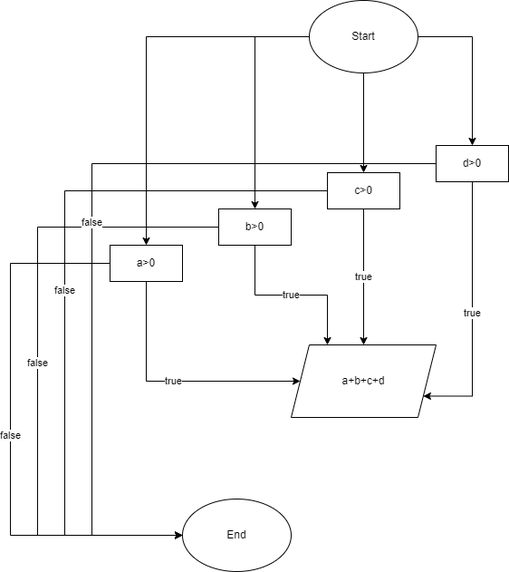
Before: Verilmiş 4 ədəddən müsbət olanlarının cəmini tapan alqoritm.drawio.png, a diagram exported from draw.io (JAvid135/Algorithm). Source tidied: cells renumbered, new cells last; positions are measured from the earlier drawing's top-left corner, leaving out a move shared by most shapes. Its diagram source:
```xml
<mxGraphModel>
  <root>
    <mxCell id="0" />
    <mxCell id="1" parent="0" />
    <mxCell id="2" style="edgeStyle=orthogonalEdgeStyle;rounded=0;jettySize=auto;html=1;entryX=0.5;entryY=0;entryDx=0;entryDy=0;" parent="1" edge="1" source="6" target="9">
      <mxGeometry relative="1" as="geometry" />
    </mxCell>
    <mxCell id="3" style="edgeStyle=orthogonalEdgeStyle;rounded=0;jettySize=auto;html=1;entryX=0.5;entryY=0;entryDx=0;entryDy=0;" parent="1" edge="1" source="6" target="12">
      <mxGeometry relative="1" as="geometry" />
    </mxCell>
    <mxCell id="4" style="edgeStyle=orthogonalEdgeStyle;rounded=0;jettySize=auto;html=1;entryX=0.5;entryY=0;entryDx=0;entryDy=0;" parent="1" edge="1" source="6" target="15">
      <mxGeometry relative="1" as="geometry" />
    </mxCell>
    <mxCell id="5" style="edgeStyle=orthogonalEdgeStyle;rounded=0;jettySize=auto;html=1;entryX=0.5;entryY=0;entryDx=0;entryDy=0;" parent="1" edge="1" source="6" target="18">
      <mxGeometry relative="1" as="geometry" />
    </mxCell>
    <mxCell id="6" value="Start" style="ellipse;whiteSpace=wrap;html=1;" parent="1" vertex="1">
      <mxGeometry x="330" width="120" height="80" as="geometry" />
    </mxCell>
    <mxCell id="7" value="false" style="edgeStyle=orthogonalEdgeStyle;rounded=0;jettySize=auto;html=1;entryX=0;entryY=0.5;entryDx=0;entryDy=0;" parent="1" edge="1" source="9" target="19">
      <mxGeometry relative="1" as="geometry">
        <Array as="points">
          <mxPoint y="290" />
          <mxPoint y="590" />
        </Array>
      </mxGeometry>
    </mxCell>
    <mxCell id="8" value="true" style="edgeStyle=orthogonalEdgeStyle;rounded=0;jettySize=auto;html=1;entryX=0;entryY=0.5;entryDx=0;entryDy=0;" parent="1" edge="1" source="9" target="20">
      <mxGeometry relative="1" as="geometry">
        <Array as="points">
          <mxPoint x="150" y="420" />
        </Array>
      </mxGeometry>
    </mxCell>
    <mxCell id="9" value="a&amp;gt;0" style="rounded=0;whiteSpace=wrap;html=1;" parent="1" vertex="1">
      <mxGeometry x="110" y="270" width="80" height="40" as="geometry" />
    </mxCell>
    <mxCell id="10" value="false" style="edgeStyle=orthogonalEdgeStyle;rounded=0;jettySize=auto;html=1;entryX=0;entryY=0.5;entryDx=0;entryDy=0;" parent="1" edge="1" source="12" target="19">
      <mxGeometry relative="1" as="geometry">
        <Array as="points">
          <mxPoint x="30" y="250" />
          <mxPoint x="30" y="590" />
        </Array>
      </mxGeometry>
    </mxCell>
    <mxCell id="11" value="true" style="edgeStyle=orthogonalEdgeStyle;rounded=0;jettySize=auto;html=1;entryX=0.25;entryY=0;entryDx=0;entryDy=0;" parent="1" edge="1" source="12" target="20">
      <mxGeometry relative="1" as="geometry" />
    </mxCell>
    <mxCell id="12" value="b&amp;gt;0" style="rounded=0;whiteSpace=wrap;html=1;" parent="1" vertex="1">
      <mxGeometry x="230" y="230" width="80" height="40" as="geometry" />
    </mxCell>
    <mxCell id="13" value="false" style="edgeStyle=orthogonalEdgeStyle;rounded=0;jettySize=auto;html=1;entryX=0;entryY=0.5;entryDx=0;entryDy=0;" parent="1" edge="1" source="15" target="19">
      <mxGeometry relative="1" as="geometry">
        <Array as="points">
          <mxPoint x="60" y="210" />
          <mxPoint x="60" y="590" />
        </Array>
      </mxGeometry>
    </mxCell>
    <mxCell id="14" value="true" style="edgeStyle=orthogonalEdgeStyle;rounded=0;jettySize=auto;html=1;" parent="1" edge="1" source="15" target="20">
      <mxGeometry relative="1" as="geometry" />
    </mxCell>
    <mxCell id="15" value="c&amp;gt;0" style="rounded=0;whiteSpace=wrap;html=1;" parent="1" vertex="1">
      <mxGeometry x="350" y="190" width="80" height="40" as="geometry" />
    </mxCell>
    <mxCell id="16" value="false" style="edgeStyle=orthogonalEdgeStyle;rounded=0;jettySize=auto;html=1;entryX=0;entryY=0.5;entryDx=0;entryDy=0;" parent="1" edge="1" source="18" target="19">
      <mxGeometry relative="1" as="geometry">
        <Array as="points">
          <mxPoint x="90" y="180" />
          <mxPoint x="90" y="590" />
        </Array>
      </mxGeometry>
    </mxCell>
    <mxCell id="17" value="true" style="edgeStyle=orthogonalEdgeStyle;rounded=0;jettySize=auto;html=1;entryX=1;entryY=0.75;entryDx=0;entryDy=0;" parent="1" edge="1" source="18" target="20">
      <mxGeometry relative="1" as="geometry">
        <Array as="points">
          <mxPoint x="510" y="437" />
        </Array>
      </mxGeometry>
    </mxCell>
    <mxCell id="18" value="d&amp;gt;0" style="rounded=0;whiteSpace=wrap;html=1;" parent="1" vertex="1">
      <mxGeometry x="470" y="160" width="80" height="40" as="geometry" />
    </mxCell>
    <mxCell id="19" value="End" style="ellipse;whiteSpace=wrap;html=1;" parent="1" vertex="1">
      <mxGeometry x="190" y="550" width="120" height="80" as="geometry" />
    </mxCell>
    <mxCell id="20" value="a+b+c+d" style="shape=parallelogram;perimeter=parallelogramPerimeter;whiteSpace=wrap;html=1;fixedSize=1;" parent="1" vertex="1">
      <mxGeometry x="310" y="380" width="160" height="80" as="geometry" />
    </mxCell>
  </root>
</mxGraphModel>
```
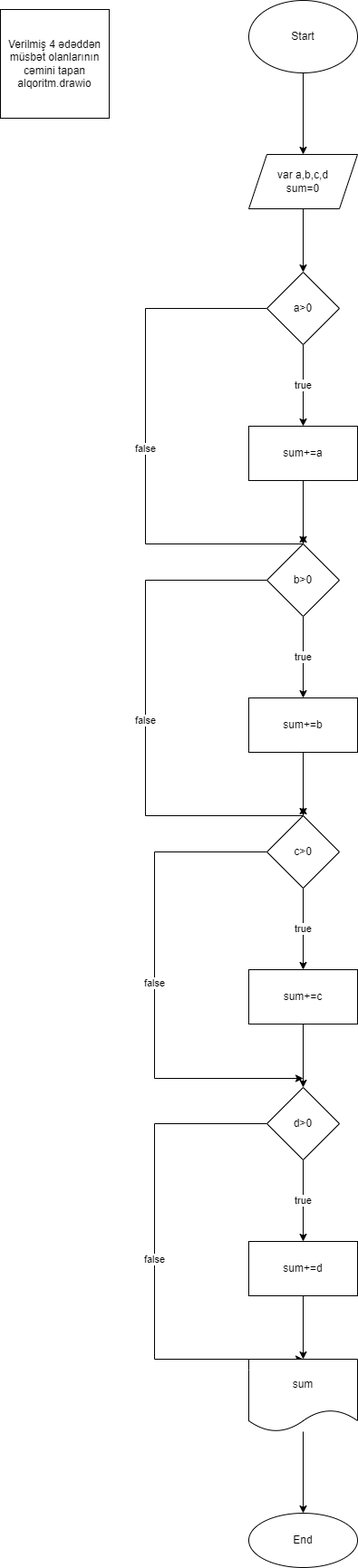
After the change.

The edit, as a diff of the source:
```diff
@@ -2,90 +2,114 @@
   <root>
     <mxCell id="0" />
     <mxCell id="1" parent="0" />
-    <mxCell id="2" style="edgeStyle=orthogonalEdgeStyle;rounded=0;jettySize=auto;html=1;entryX=0.5;entryY=0;entryDx=0;entryDy=0;" parent="1" edge="1" source="6" target="9">
-      <mxGeometry relative="1" as="geometry" />
-    </mxCell>
-    <mxCell id="3" style="edgeStyle=orthogonalEdgeStyle;rounded=0;jettySize=auto;html=1;entryX=0.5;entryY=0;entryDx=0;entryDy=0;" parent="1" edge="1" source="6" target="12">
-      <mxGeometry relative="1" as="geometry" />
-    </mxCell>
-    <mxCell id="4" style="edgeStyle=orthogonalEdgeStyle;rounded=0;jettySize=auto;html=1;entryX=0.5;entryY=0;entryDx=0;entryDy=0;" parent="1" edge="1" source="6" target="15">
-      <mxGeometry relative="1" as="geometry" />
-    </mxCell>
-    <mxCell id="5" style="edgeStyle=orthogonalEdgeStyle;rounded=0;jettySize=auto;html=1;entryX=0.5;entryY=0;entryDx=0;entryDy=0;" parent="1" edge="1" source="6" target="18">
-      <mxGeometry relative="1" as="geometry" />
-    </mxCell>
+    <mxCell id="21" style="edgeStyle=orthogonalEdgeStyle;rounded=0;jettySize=auto;html=1;" parent="1" edge="1" source="6" target="23">
+      <mxGeometry relative="1" as="geometry" />
+    </mxCell>
     <mxCell id="6" value="Start" style="ellipse;whiteSpace=wrap;html=1;" parent="1" vertex="1">
-      <mxGeometry x="330" width="120" height="80" as="geometry" />
+      <mxGeometry x="304" y="40" width="120" height="80" as="geometry" />
     </mxCell>
-    <mxCell id="7" value="false" style="edgeStyle=orthogonalEdgeStyle;rounded=0;jettySize=auto;html=1;entryX=0;entryY=0.5;entryDx=0;entryDy=0;" parent="1" edge="1" source="9" target="19">
-      <mxGeometry relative="1" as="geometry">
-        <Array as="points">
-          <mxPoint y="290" />
-          <mxPoint y="590" />
-        </Array>
-      </mxGeometry>
-    </mxCell>
-    <mxCell id="8" value="true" style="edgeStyle=orthogonalEdgeStyle;rounded=0;jettySize=auto;html=1;entryX=0;entryY=0.5;entryDx=0;entryDy=0;" parent="1" edge="1" source="9" target="20">
-      <mxGeometry relative="1" as="geometry">
-        <Array as="points">
-          <mxPoint x="150" y="420" />
-        </Array>
-      </mxGeometry>
-    </mxCell>
+    <mxCell id="22" style="edgeStyle=orthogonalEdgeStyle;rounded=0;jettySize=auto;html=1;" parent="1" edge="1" source="23" target="9">
+      <mxGeometry relative="1" as="geometry" />
+    </mxCell>
+    <mxCell id="23" value="var a,b,c,d&lt;br&gt;sum=0" style="shape=parallelogram;perimeter=parallelogramPerimeter;whiteSpace=wrap;html=1;fixedSize=1;" parent="1" vertex="1">
+      <mxGeometry x="304" y="210" width="120" height="60" as="geometry" />
+    </mxCell>
+    <mxCell id="24" value="true" style="edgeStyle=orthogonalEdgeStyle;rounded=0;jettySize=auto;html=1;" parent="1" edge="1" source="9" target="27">
+      <mxGeometry relative="1" as="geometry" />
+    </mxCell>
+    <mxCell id="25" value="false" style="edgeStyle=orthogonalEdgeStyle;rounded=0;jettySize=auto;html=1;" parent="1" edge="1" source="9">
+      <mxGeometry relative="1" as="geometry">
+        <mxPoint x="364" y="630" as="targetPoint" />
+        <Array as="points">
+          <mxPoint x="190" y="380" />
+          <mxPoint x="190" y="640" />
+          <mxPoint x="364" y="640" />
+        </Array>
+      </mxGeometry>
+    </mxCell>
-    <mxCell id="9" value="a&amp;gt;0" style="rounded=0;whiteSpace=wrap;html=1;" parent="1" vertex="1">
-      <mxGeometry x="110" y="270" width="80" height="40" as="geometry" />
+    <mxCell id="9" value="a&amp;gt;0" style="rhombus;whiteSpace=wrap;html=1;" parent="1" vertex="1">
+      <mxGeometry x="324" y="340" width="80" height="80" as="geometry" />
     </mxCell>
-    <mxCell id="10" value="false" style="edgeStyle=orthogonalEdgeStyle;rounded=0;jettySize=auto;html=1;entryX=0;entryY=0.5;entryDx=0;entryDy=0;" parent="1" edge="1" source="12" target="19">
-      <mxGeometry relative="1" as="geometry">
-        <Array as="points">
-          <mxPoint x="30" y="250" />
-          <mxPoint x="30" y="590" />
-        </Array>
-      </mxGeometry>
-    </mxCell>
-    <mxCell id="11" value="true" style="edgeStyle=orthogonalEdgeStyle;rounded=0;jettySize=auto;html=1;entryX=0.25;entryY=0;entryDx=0;entryDy=0;" parent="1" edge="1" source="12" target="20">
-      <mxGeometry relative="1" as="geometry" />
-    </mxCell>
+    <mxCell id="26" style="edgeStyle=orthogonalEdgeStyle;rounded=0;jettySize=auto;html=1;" parent="1" edge="1" source="27" target="12">
+      <mxGeometry relative="1" as="geometry" />
+    </mxCell>
+    <mxCell id="27" value="sum+=a" style="whiteSpace=wrap;html=1;" parent="1" vertex="1">
+      <mxGeometry x="304" y="510" width="120" height="60" as="geometry" />
+    </mxCell>
+    <mxCell id="28" value="true" style="edgeStyle=orthogonalEdgeStyle;rounded=0;jettySize=auto;html=1;" parent="1" edge="1" source="12" target="31">
+      <mxGeometry relative="1" as="geometry" />
+    </mxCell>
+    <mxCell id="29" value="false" style="edgeStyle=orthogonalEdgeStyle;rounded=0;jettySize=auto;html=1;" parent="1" edge="1" source="12">
+      <mxGeometry relative="1" as="geometry">
+        <mxPoint x="364" y="930" as="targetPoint" />
+        <Array as="points">
+          <mxPoint x="190" y="680" />
+          <mxPoint x="190" y="940" />
+          <mxPoint x="364" y="940" />
+        </Array>
+      </mxGeometry>
+    </mxCell>
-    <mxCell id="12" value="b&amp;gt;0" style="rounded=0;whiteSpace=wrap;html=1;" parent="1" vertex="1">
-      <mxGeometry x="230" y="230" width="80" height="40" as="geometry" />
+    <mxCell id="12" value="b&amp;gt;0" style="rhombus;whiteSpace=wrap;html=1;" parent="1" vertex="1">
+      <mxGeometry x="324" y="640" width="80" height="80" as="geometry" />
     </mxCell>
-    <mxCell id="13" value="false" style="edgeStyle=orthogonalEdgeStyle;rounded=0;jettySize=auto;html=1;entryX=0;entryY=0.5;entryDx=0;entryDy=0;" parent="1" edge="1" source="15" target="19">
-      <mxGeometry relative="1" as="geometry">
-        <Array as="points">
-          <mxPoint x="60" y="210" />
-          <mxPoint x="60" y="590" />
-        </Array>
-      </mxGeometry>
-    </mxCell>
-    <mxCell id="14" value="true" style="edgeStyle=orthogonalEdgeStyle;rounded=0;jettySize=auto;html=1;" parent="1" edge="1" source="15" target="20">
-      <mxGeometry relative="1" as="geometry" />
-    </mxCell>
+    <mxCell id="30" style="edgeStyle=orthogonalEdgeStyle;rounded=0;jettySize=auto;html=1;" parent="1" edge="1" source="31" target="15">
+      <mxGeometry relative="1" as="geometry" />
+    </mxCell>
+    <mxCell id="31" value="sum+=b" style="whiteSpace=wrap;html=1;" parent="1" vertex="1">
+      <mxGeometry x="304" y="810" width="120" height="60" as="geometry" />
+    </mxCell>
+    <mxCell id="32" value="true" style="edgeStyle=orthogonalEdgeStyle;rounded=0;jettySize=auto;html=1;" parent="1" edge="1" source="15" target="35">
+      <mxGeometry relative="1" as="geometry" />
+    </mxCell>
+    <mxCell id="33" value="false" style="edgeStyle=orthogonalEdgeStyle;rounded=0;jettySize=auto;html=1;" parent="1" edge="1" source="15">
+      <mxGeometry relative="1" as="geometry">
+        <mxPoint x="364" y="1230" as="targetPoint" />
+        <Array as="points">
+          <mxPoint x="200" y="980" />
+          <mxPoint x="200" y="1230" />
+        </Array>
+      </mxGeometry>
+    </mxCell>
-    <mxCell id="15" value="c&amp;gt;0" style="rounded=0;whiteSpace=wrap;html=1;" parent="1" vertex="1">
-      <mxGeometry x="350" y="190" width="80" height="40" as="geometry" />
+    <mxCell id="15" value="c&amp;gt;0" style="rhombus;whiteSpace=wrap;html=1;" parent="1" vertex="1">
+      <mxGeometry x="324" y="940" width="80" height="80" as="geometry" />
     </mxCell>
-    <mxCell id="16" value="false" style="edgeStyle=orthogonalEdgeStyle;rounded=0;jettySize=auto;html=1;entryX=0;entryY=0.5;entryDx=0;entryDy=0;" parent="1" edge="1" source="18" target="19">
-      <mxGeometry relative="1" as="geometry">
-        <Array as="points">
-          <mxPoint x="90" y="180" />
-          <mxPoint x="90" y="590" />
-        </Array>
-      </mxGeometry>
-    </mxCell>
-    <mxCell id="17" value="true" style="edgeStyle=orthogonalEdgeStyle;rounded=0;jettySize=auto;html=1;entryX=1;entryY=0.75;entryDx=0;entryDy=0;" parent="1" edge="1" source="18" target="20">
-      <mxGeometry relative="1" as="geometry">
-        <Array as="points">
-          <mxPoint x="510" y="437" />
-        </Array>
-      </mxGeometry>
-    </mxCell>
+    <mxCell id="34" style="edgeStyle=orthogonalEdgeStyle;rounded=0;jettySize=auto;html=1;" parent="1" edge="1" source="35" target="18">
+      <mxGeometry relative="1" as="geometry" />
+    </mxCell>
+    <mxCell id="35" value="sum+=c" style="whiteSpace=wrap;html=1;" parent="1" vertex="1">
+      <mxGeometry x="304" y="1110" width="120" height="60" as="geometry" />
+    </mxCell>
+    <mxCell id="36" value="true" style="edgeStyle=orthogonalEdgeStyle;rounded=0;jettySize=auto;html=1;" parent="1" edge="1" source="18" target="39">
+      <mxGeometry relative="1" as="geometry" />
+    </mxCell>
+    <mxCell id="37" value="false" style="edgeStyle=orthogonalEdgeStyle;rounded=0;jettySize=auto;html=1;exitX=0;exitY=0.5;exitDx=0;exitDy=0;entryX=0.5;entryY=0;entryDx=0;entryDy=0;" parent="1" edge="1" source="18" target="41">
+      <mxGeometry relative="1" as="geometry">
+        <Array as="points">
+          <mxPoint x="200" y="1280" />
+          <mxPoint x="200" y="1540" />
+        </Array>
+      </mxGeometry>
+    </mxCell>
-    <mxCell id="18" value="d&amp;gt;0" style="rounded=0;whiteSpace=wrap;html=1;" parent="1" vertex="1">
-      <mxGeometry x="470" y="160" width="80" height="40" as="geometry" />
+    <mxCell id="18" value="d&amp;gt;0" style="rhombus;whiteSpace=wrap;html=1;" parent="1" vertex="1">
+      <mxGeometry x="324" y="1240" width="80" height="80" as="geometry" />
     </mxCell>
+    <mxCell id="38" style="edgeStyle=orthogonalEdgeStyle;rounded=0;jettySize=auto;html=1;" parent="1" edge="1" source="39" target="41">
+      <mxGeometry relative="1" as="geometry" />
+    </mxCell>
+    <mxCell id="39" value="sum+=d" style="whiteSpace=wrap;html=1;" parent="1" vertex="1">
+      <mxGeometry x="304" y="1410" width="120" height="60" as="geometry" />
+    </mxCell>
+    <mxCell id="40" style="edgeStyle=orthogonalEdgeStyle;rounded=0;jettySize=auto;html=1;" parent="1" edge="1" source="41" target="19">
+      <mxGeometry relative="1" as="geometry" />
+    </mxCell>
+    <mxCell id="41" value="sum" style="shape=document;whiteSpace=wrap;html=1;boundedLbl=1;" parent="1" vertex="1">
+      <mxGeometry x="304" y="1540" width="120" height="80" as="geometry" />
+    </mxCell>
     <mxCell id="19" value="End" style="ellipse;whiteSpace=wrap;html=1;" parent="1" vertex="1">
-      <mxGeometry x="190" y="550" width="120" height="80" as="geometry" />
+      <mxGeometry x="304" y="1710" width="120" height="60" as="geometry" />
     </mxCell>
-    <mxCell id="20" value="a+b+c+d" style="shape=parallelogram;perimeter=parallelogramPerimeter;whiteSpace=wrap;html=1;fixedSize=1;" parent="1" vertex="1">
-      <mxGeometry x="310" y="380" width="160" height="80" as="geometry" />
-    </mxCell>
+    <mxCell id="42" value="Verilmiş 4 ədəddən müsbət olanlarının cəmini tapan alqoritm.drawio" style="whiteSpace=wrap;html=1;" parent="1" vertex="1">
+      <mxGeometry x="30" y="50" width="120" height="120" as="geometry" />
+    </mxCell>
   </root>
 </mxGraphModel>
```
